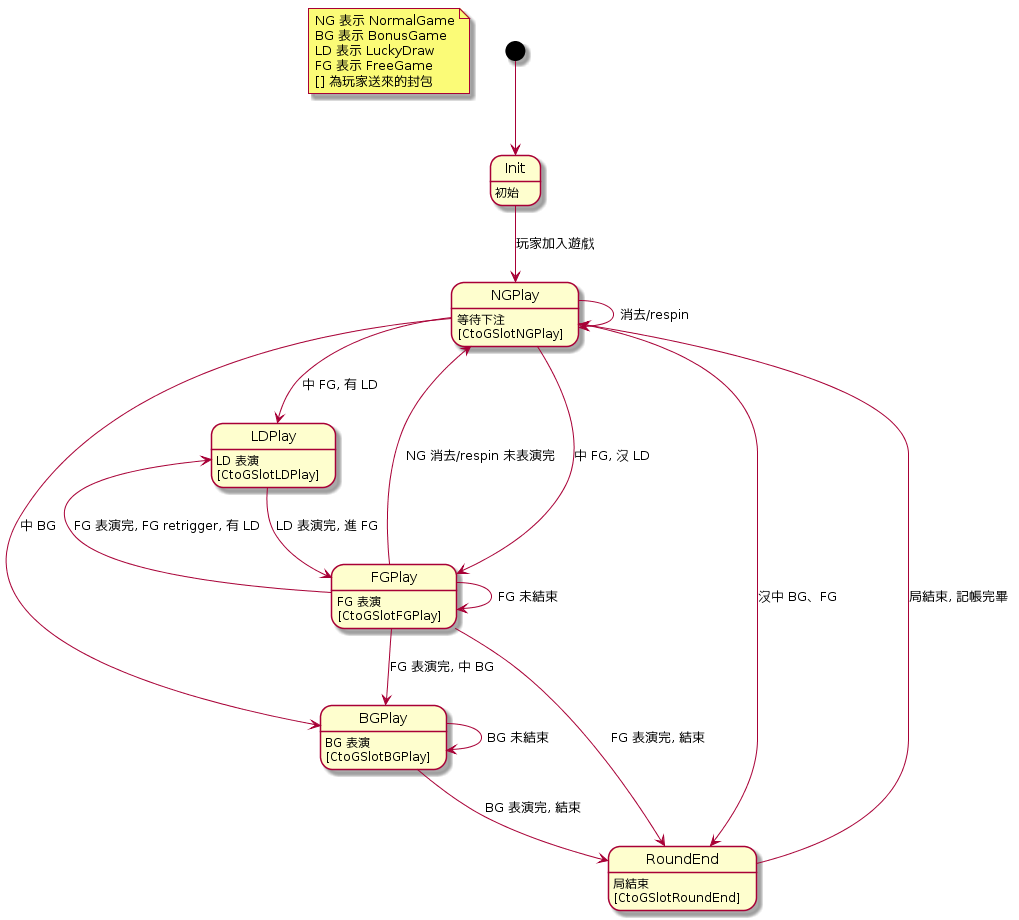
Above: slot/RoomState.png in s9256001/digame (PlantUML), before the change.
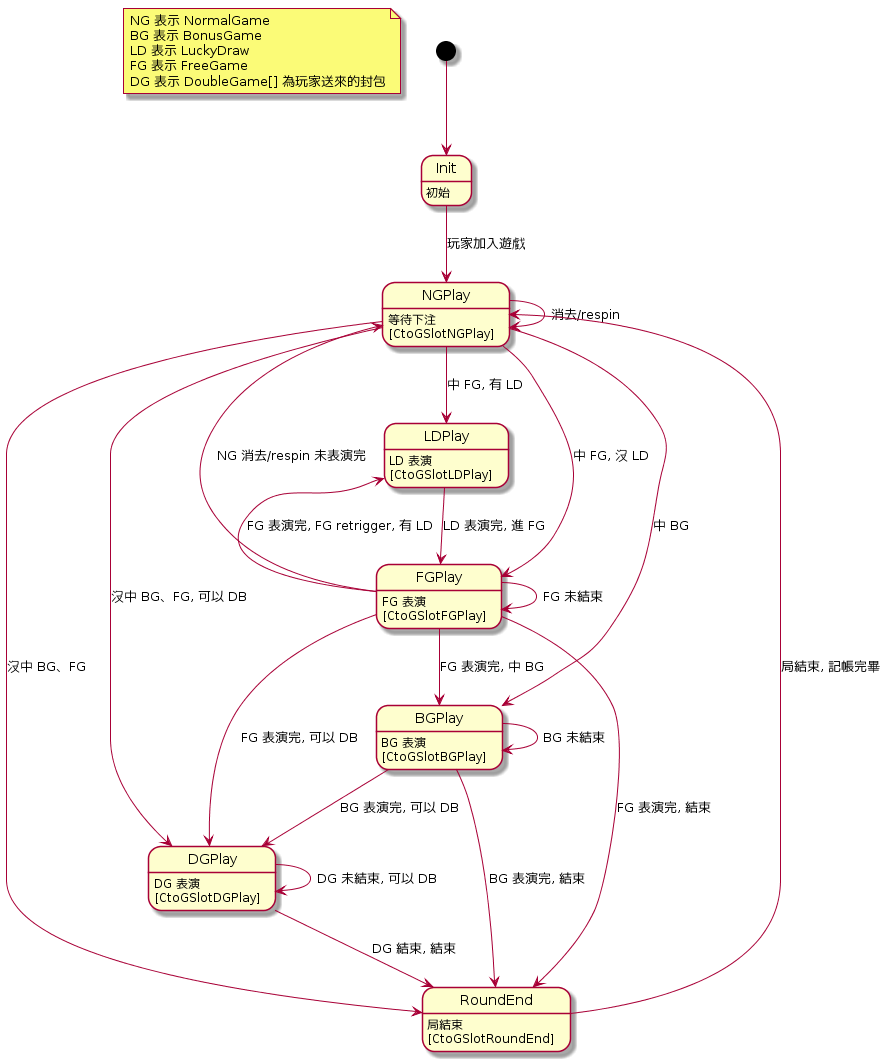
Above is the later version.

The edit, as a diff of the source:
```diff
@@ -1,16 +1,18 @@
 @startuml
-note "NG 表示 NormalGame\nBG 表示 BonusGame\nLD 表示 LuckyDraw\nFG 表示 FreeGame\n[] 為玩家送來的封包" as N1
+note "NG 表示 NormalGame\nBG 表示 BonusGame\nLD 表示 LuckyDraw\nFG 表示 FreeGame\nDG 表示 DoubleGame[] 為玩家送來的封包" as N1
 
 Init : 初始
 NGPlay : 等待下注\n[CtoGSlotNGPlay]
 BGPlay : BG 表演\n[CtoGSlotBGPlay]
 LDPlay : LD 表演\n[CtoGSlotLDPlay]
 FGPlay : FG 表演\n[CtoGSlotFGPlay]
+DGPlay : DG 表演\n[CtoGSlotDGPlay]
 RoundEnd : 局結束\n[CtoGSlotRoundEnd]
 
 [*] --> Init
 Init --> NGPlay : 玩家加入遊戲
 NGPlay --> NGPlay : 消去/respin
+NGPlay --> DGPlay : 沒中 BG、FG, 可以 DB
 NGPlay --> RoundEnd : 沒中 BG、FG
 NGPlay --> BGPlay : 中 BG
 NGPlay --> LDPlay : 中 FG, 有 LD
@@ -18,6 +20,7 @@
 FGPlay --> NGPlay : NG 消去/respin 未表演完
 
 BGPlay --> BGPlay : BG 未結束
+BGPlay --> DGPlay : BG 表演完, 可以 DB
 BGPlay --> RoundEnd : BG 表演完, 結束
 
 LDPlay --> FGPlay : LD 表演完, 進 FG
@@ -25,7 +28,11 @@
 FGPlay --> FGPlay : FG 未結束
 FGPlay --> LDPlay : FG 表演完, FG retrigger, 有 LD
 FGPlay --> BGPlay : FG 表演完, 中 BG
+FGPlay --> DGPlay : FG 表演完, 可以 DB
 FGPlay --> RoundEnd : FG 表演完, 結束
+
+DGPlay --> DGPlay : DG 未結束, 可以 DB
+DGPlay --> RoundEnd : DG 結束, 結束
 
 RoundEnd --> NGPlay : 局結束, 記帳完畢
 @enduml
```
